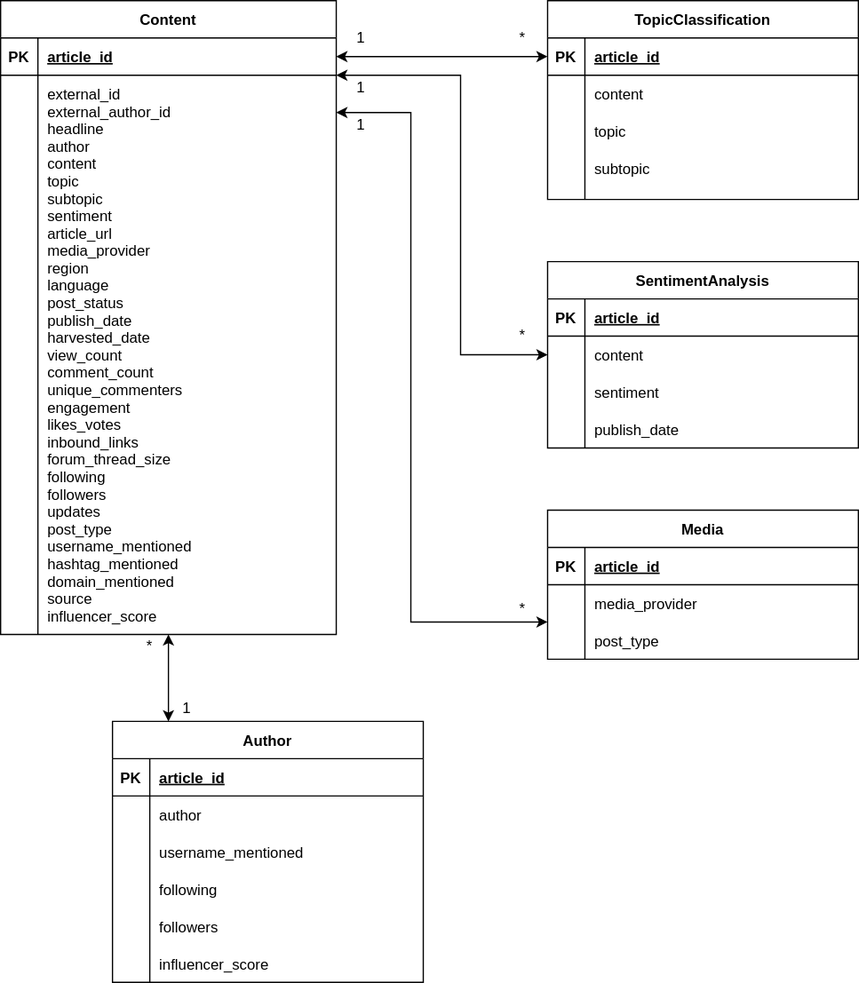
The draw.io diagram db.svg in nadiaasrin/neddo, before a commit. Source tidied: cells renumbered, new cells last; positions are measured from the earlier drawing's top-left corner, leaving out a move shared by most shapes.
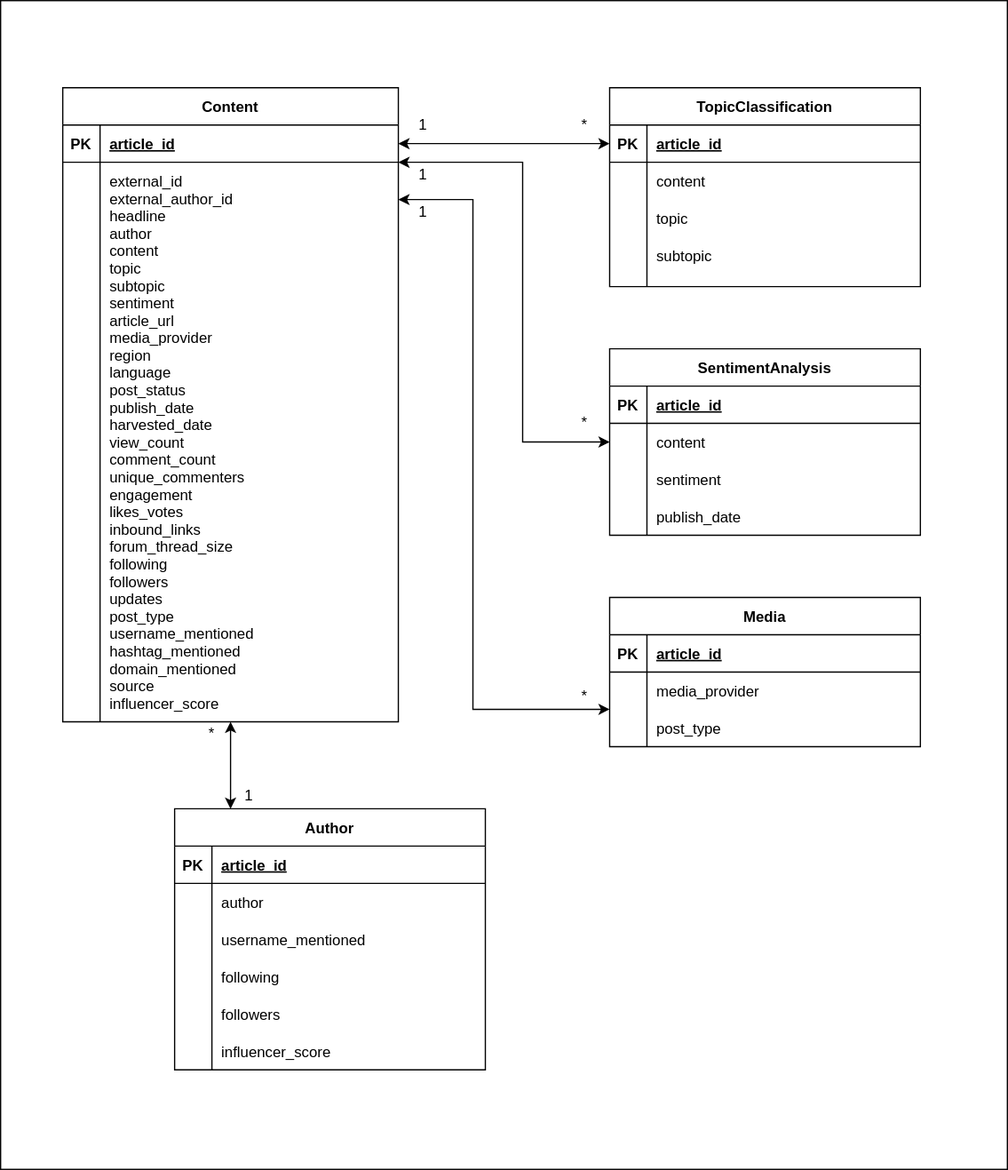
Later version of the same file.

What changed in the source:
```diff
@@ -2,6 +2,9 @@
   <root>
     <mxCell id="0" />
     <mxCell id="1" parent="0" />
+    <mxCell id="73" style="rounded=0;whiteSpace=wrap;html=1;" parent="1" vertex="1">
+      <mxGeometry x="-50" y="-70" width="810" height="940" as="geometry" />
+    </mxCell>
     <mxCell id="2" value="TopicClassification" style="shape=table;startSize=30;rowLines=0;fontStyle=1;align=center;" parent="1" vertex="1">
       <mxGeometry x="440" width="250" height="160" as="geometry" />
     </mxCell>
```
